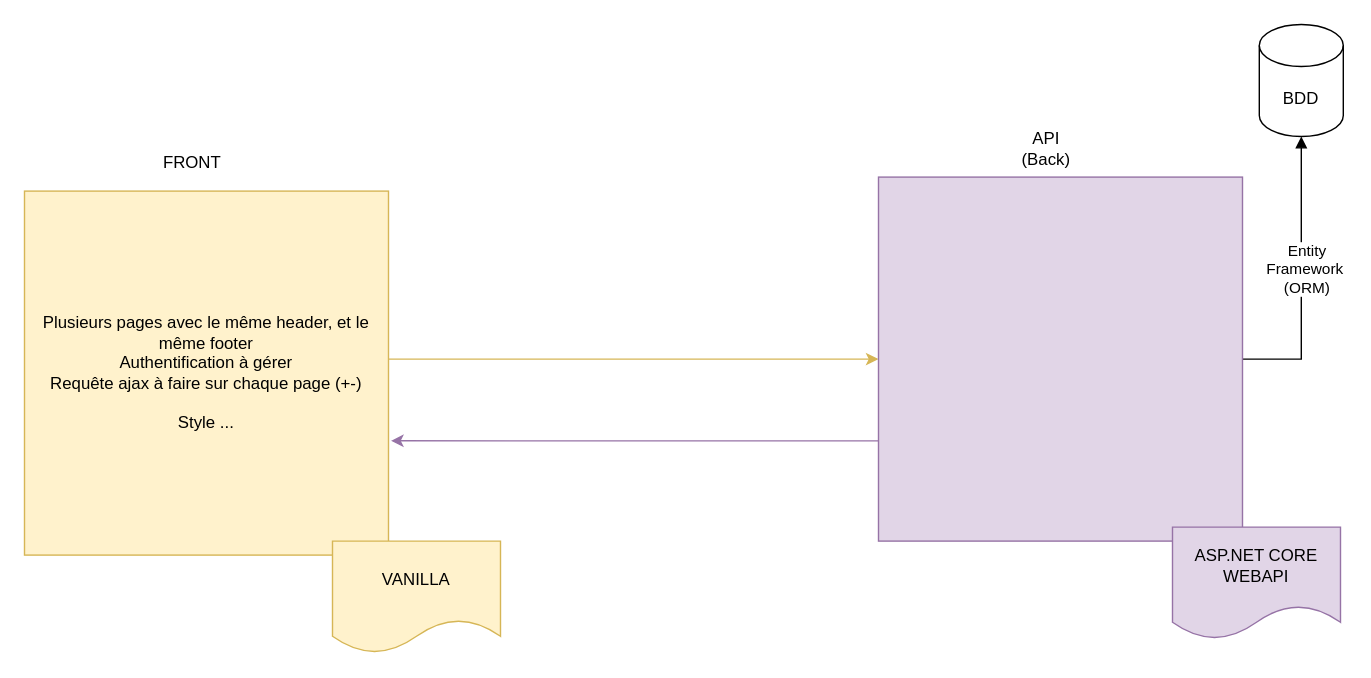
Above: doc/OrgaAppli.drawio in ThomasBDC/FrontApi2023 (draw.io), before the change. Source tidied: cells renumbered, new cells numbered last; positions are measured from the earlier drawing's top-left corner, leaving out a move shared by most shapes. Both pictures are drawn from the tidied source at 140%, with x=0, y=0 at pixel (24, 24).
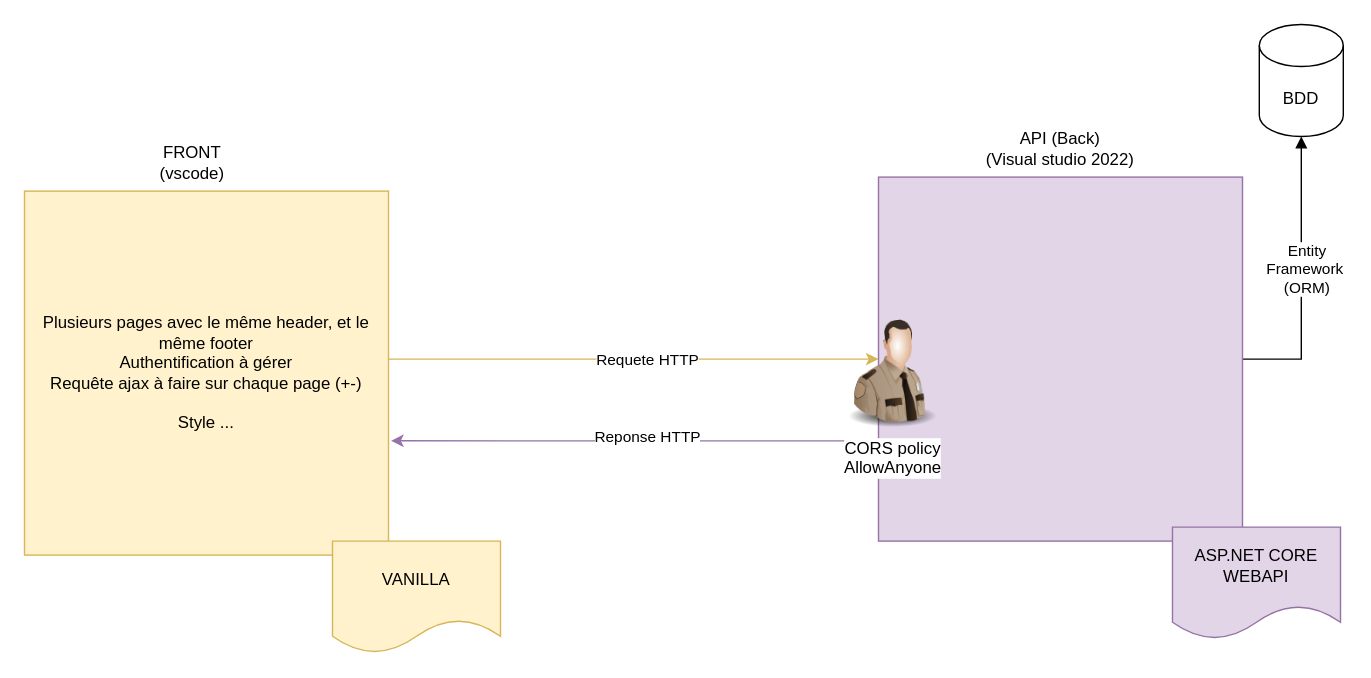
After the change.

The change refers to these unchanged cells:
```xml
<mxCell id="2" style="edgeStyle=orthogonalEdgeStyle;rounded=0;jettySize=auto;html=1;fillColor=#fff2cc;strokeColor=#d6b656;" parent="1" edge="1" source="3" target="8">
  <mxGeometry relative="1" as="geometry">
    <Array as="points">
      <mxPoint x="390" y="239" />
      <mxPoint x="390" y="239" />
    </Array>
  </mxGeometry>
</mxCell>
<mxCell id="5" style="edgeStyle=orthogonalEdgeStyle;rounded=0;jettySize=auto;html=1;entryX=1.007;entryY=0.686;entryDx=0;entryDy=0;entryPerimeter=0;fillColor=#e1d5e7;strokeColor=#9673a6;" parent="1" edge="1" source="8" target="3">
  <mxGeometry relative="1" as="geometry">
    <Array as="points">
      <mxPoint x="435" y="297" />
    </Array>
  </mxGeometry>
</mxCell>
```

Change to the diagram source:
```diff
@@
+    <mxCell id="13" value="Requete HTTP" style="edgeLabel;html=1;align=center;verticalAlign=middle;" parent="2" vertex="1">
+      <mxGeometry x="-0.24" relative="1" as="geometry">
+        <mxPoint x="51" as="offset" />
+      </mxGeometry>
+    </mxCell>
@@
-    <mxCell id="4" value="FRONT" style="text;html=1;strokeColor=none;fillColor=none;align=center;verticalAlign=middle;whiteSpace=wrap;rounded=0;" parent="1" vertex="1">
+    <mxCell id="4" value="FRONT (vscode)&lt;br&gt;" style="text;html=1;strokeColor=none;fillColor=none;align=center;verticalAlign=middle;whiteSpace=wrap;rounded=0;" parent="1" vertex="1">
       <mxGeometry x="100" y="89" width="40" height="20" as="geometry" />
     </mxCell>
@@
+    <mxCell id="14" value="Reponse HTTP" style="edgeLabel;html=1;align=center;verticalAlign=middle;" parent="5" vertex="1">
+      <mxGeometry x="0.19" y="-3" relative="1" as="geometry">
+        <mxPoint x="41" as="offset" />
+      </mxGeometry>
+    </mxCell>
@@
-    <mxCell id="9" value="API (Back)&lt;br&gt;" style="text;html=1;strokeColor=none;fillColor=none;align=center;verticalAlign=middle;whiteSpace=wrap;rounded=0;" parent="1" vertex="1">
-      <mxGeometry x="710" y="79" width="40" height="20" as="geometry" />
+    <mxCell id="9" value="API (Back)&lt;br&gt;(Visual studio 2022)" style="text;html=1;strokeColor=none;fillColor=none;align=center;verticalAlign=middle;whiteSpace=wrap;rounded=0;" parent="1" vertex="1">
+      <mxGeometry x="680" y="79" width="120" height="20" as="geometry" />
     </mxCell>
@@
+    <mxCell id="15" value="CORS policy&lt;br&gt;AllowAnyone" style="image;html=1;image=img/lib/clip_art/people/Security_Man_128x128.png;" parent="1" vertex="1">
+      <mxGeometry x="580" y="209" width="80" height="80" as="geometry" />
+    </mxCell>
```
